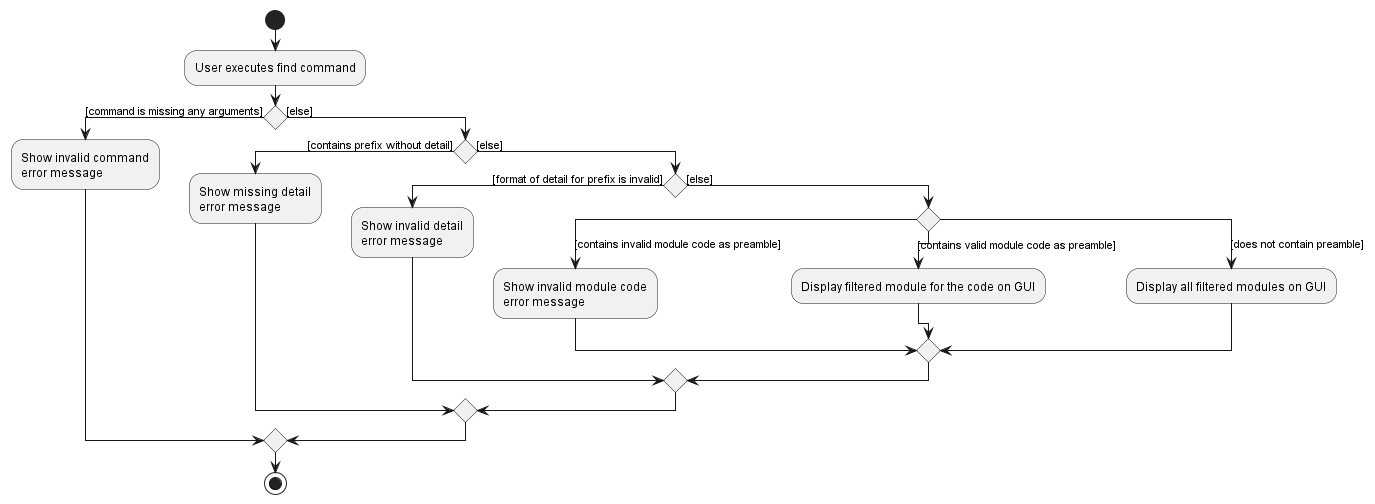
This is docs/images/FindActivityDiagram.png from nus-cs2103-AY2223S2/tp, a PlantUML export, as it was before one commit.
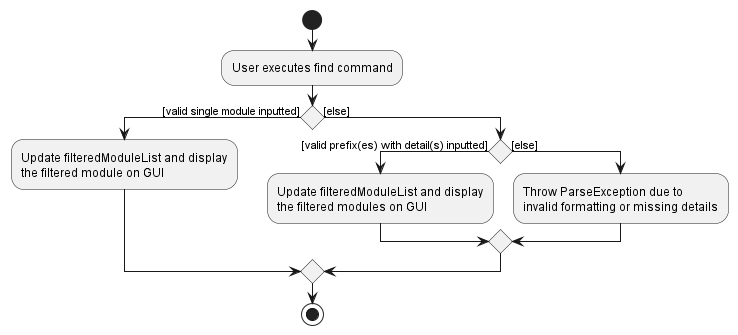
Later version of the same file.

Commit message:
Update DG with find diagrams

Diff of the diagram source:
```diff
@@ -3,29 +3,17 @@
 :User executes find command;
 
 
-if () then ([command is missing any arguments])
-    :Show invalid command
-    error message;
+if () then ([valid single module inputted])
+    :Update filteredModuleList and display
+    the filtered module on GUI;
 
 else ([else])
-    if () then ([contains prefix without detail])
-        :Show missing detail
-        error message;
+    if () then ([valid prefix(es) with detail(s) inputted])
+        :Update filteredModuleList and display
+        the filtered modules on GUI;
     else ([else])
-        if () then ([format of detail for prefix is invalid])
-            :Show invalid detail
-            error message;
-        else ([else])
-            switch ()
-            case ([contains invalid module code as preamble])
-                :Show invalid module code
-                error message;
-            case ([contains valid module code as preamble])
-                :Display filtered module for the code on GUI;
-            case ([does not contain preamble])
-                :Display all filtered modules on GUI;
-            endswitch
-        endif
+        :Throw ParseException due to
+        invalid formatting or missing details;
     endif
 endif
 
```
